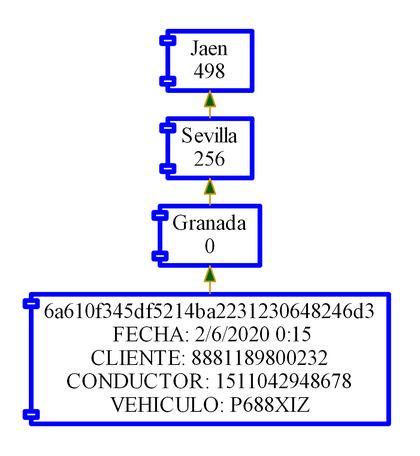
This is Viajes.png from SergioUnix/EDD_Proyecto2_Junio_2020, a Graphviz export, as it was before one commit. Its source is kept beside it as Viajes.dot.
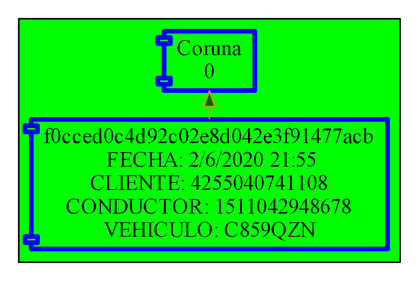
Later version of the same file.

Change to the diagram source:
```diff
@@ -3,21 +3,14 @@
 edge[style=filled fillcolor="darkgreen" color="darkgoldenrod3"];
 rankdir=LR;
 subgraph cluster_0{
-style=filled;
-color=white;
-"6a610f345df5214ba2231230648246d3"[label="6a610f345df5214ba2231230648246d3
- FECHA: 2/6/2020 0:15
-CLIENTE: 8881189800232
+bgcolor="green"
+"f0cced0c4d92c02e8d042e3f91477acb"[label="f0cced0c4d92c02e8d042e3f91477acb
+ FECHA: 2/6/2020 21:55
+CLIENTE: 4255040741108
 CONDUCTOR: 1511042948678
-VEHICULO: P688XIZ"];
-"0Granada"[label="Granada
+VEHICULO: C859QZN"];
+"0Coruna"[label="Coruna
 0"];
-"0Sevilla"[label="Sevilla
-256"];
-"0Jaen"[label="Jaen
-498"];
-"0Granada"->"0Sevilla"
-"0Sevilla"->"0Jaen"
-{ rank = same;"6a610f345df5214ba2231230648246d3";"0Granada";"0Sevilla";"0Jaen";}
-"6a610f345df5214ba2231230648246d3"->"0Granada"}
+{ rank = same;"f0cced0c4d92c02e8d042e3f91477acb";"0Coruna";}
+"f0cced0c4d92c02e8d042e3f91477acb"->"0Coruna"}
 }
```
